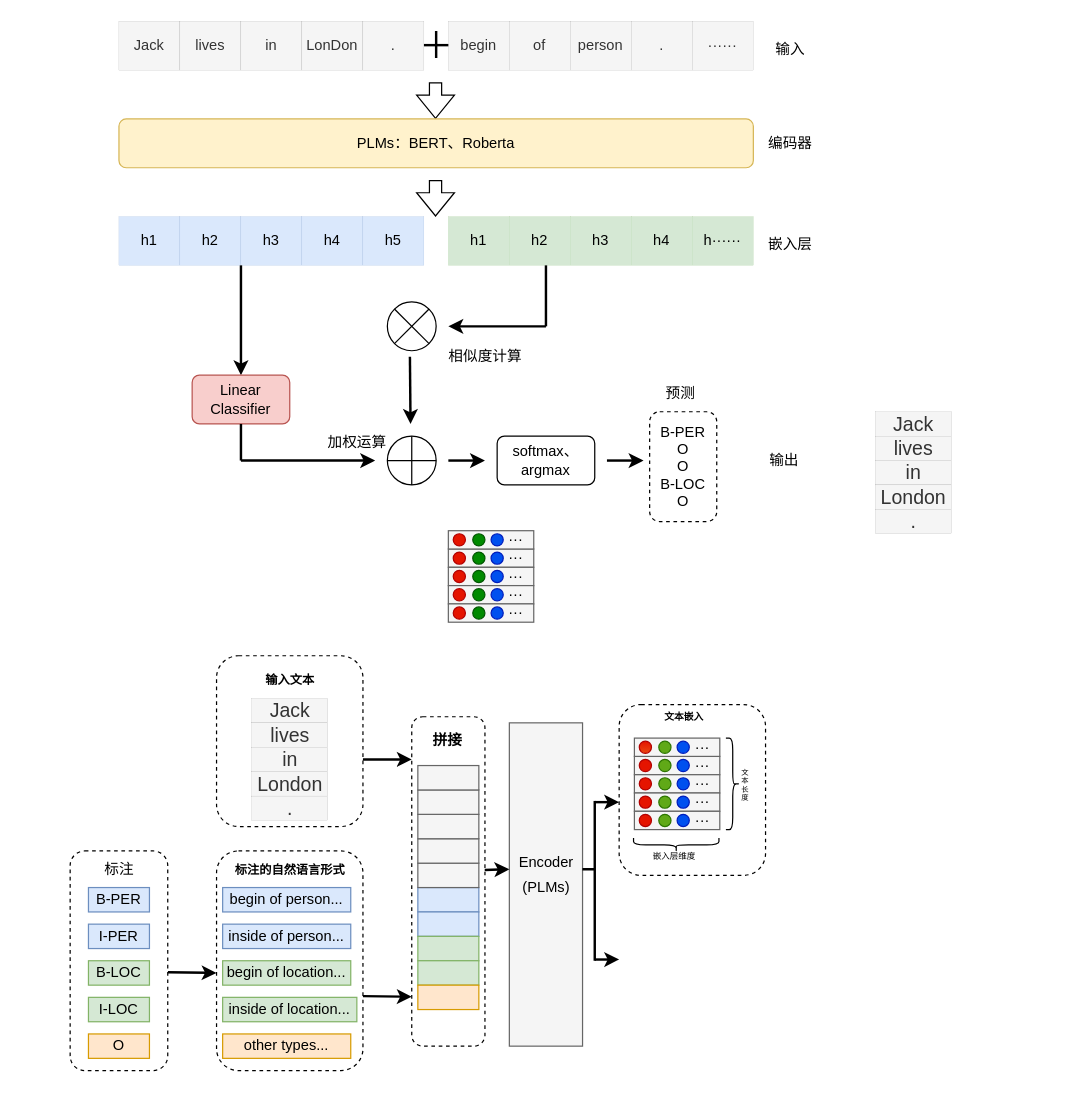
The draw.io diagram drawio/基于提示和自训练.drawio in Ryan-xsh/first, before the edit. Source tidied: cells renumbered, new cells numbered last; positions are measured from the earlier drawing's top-left corner, leaving out a move shared by most shapes. Both pictures are drawn from the tidied source at 122%, with x=0, y=0 at pixel (70, 21).
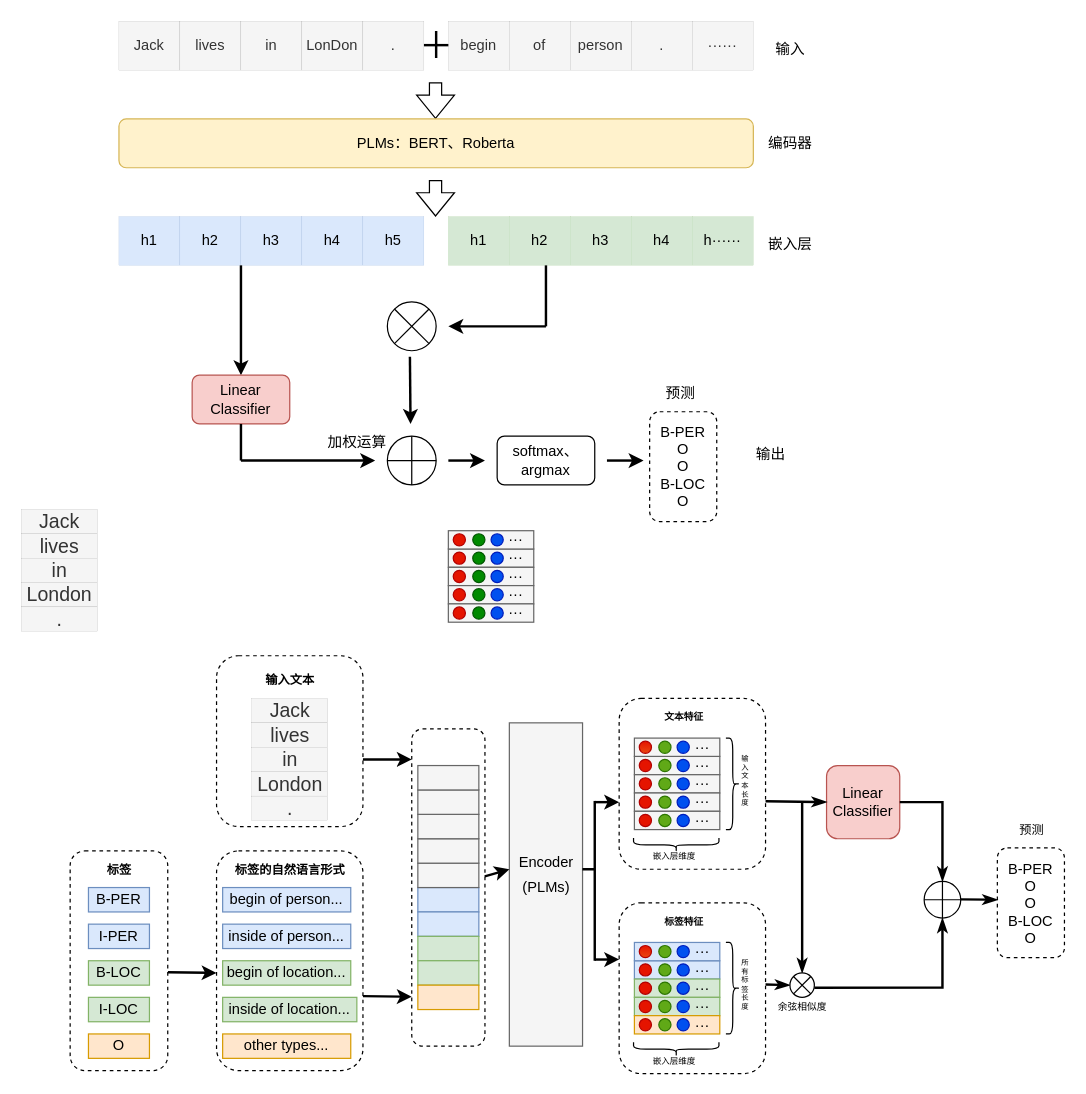
The same diagram, later.

Commit message (it also covers changes not shown here):
更新基于提示和自训练.drawio

Diff of the diagram source:
```diff
@@
     <mxCell id="2" style="rounded=1;whiteSpace=wrap;html=1;dashed=1;" parent="1" vertex="1">
-      <mxGeometry x="450" y="560" width="120" height="140" as="geometry" />
+      <mxGeometry x="450" y="555" width="120" height="140" as="geometry" />
     </mxCell>
@@
-    <mxCell id="32" value="相似度计算" style="text;html=1;align=center;verticalAlign=middle;strokeColor=none;fillColor=none;" parent="1" vertex="1">
-      <mxGeometry x="300" y="260" width="80" height="30" as="geometry" />
+    <mxCell id="32" value="余弦相似度" style="text;html=1;align=center;verticalAlign=middle;strokeColor=none;fillColor=none;fontSize=8;" parent="1" vertex="1">
+      <mxGeometry x="570" y="797.5" width="60" height="20" as="geometry" />
     </mxCell>
@@
     <mxCell id="45" value="输出" style="text;html=1;align=center;verticalAlign=middle;strokeColor=none;fillColor=none;" parent="1" vertex="1">
-      <mxGeometry x="560" y="345" width="50" height="30" as="geometry" />
+      <mxGeometry x="548.8" y="340" width="50" height="30" as="geometry" />
     </mxCell>
@@
-    <mxCell id="61" value="标注的自然语言形式" style="text;html=1;align=center;verticalAlign=middle;strokeColor=none;fillColor=none;fontStyle=1;fontSize=10;" parent="1" vertex="1">
+    <mxCell id="61" value="标签的自然语言形式" style="text;html=1;align=center;verticalAlign=middle;strokeColor=none;fillColor=none;fontStyle=1;fontSize=10;" parent="1" vertex="1">
       <mxGeometry x="125" y="680" width="110" height="30" as="geometry" />
     </mxCell>
@@
     <mxCell id="73" style="rounded=1;whiteSpace=wrap;html=1;dashed=1;" parent="1" vertex="1">
-      <mxGeometry x="280" y="570" width="60" height="270" as="geometry" />
+      <mxGeometry x="280" y="580" width="60" height="260" as="geometry" />
     </mxCell>
@@
-    <mxCell id="75" value="标注" style="text;html=1;align=center;verticalAlign=middle;strokeColor=none;fillColor=none;" parent="1" vertex="1">
-      <mxGeometry x="15" y="680" width="50" height="30" as="geometry" />
+    <mxCell id="75" value="标签" style="text;html=1;align=center;verticalAlign=middle;strokeColor=none;fillColor=none;fontStyle=1;fontSize=10;" parent="1" vertex="1">
+      <mxGeometry x="20" y="680" width="40" height="30" as="geometry" />
     </mxCell>
@@
     <mxCell id="80" value="Jack" style="rounded=0;whiteSpace=wrap;html=1;fontSize=16;strokeWidth=0;dashed=1;fillColor=#f5f5f5;fontColor=#333333;strokeColor=#666666;" parent="1" vertex="1">
-      <mxGeometry x="660" y="320" width="62.5" height="20" as="geometry" />
+      <mxGeometry x="-40" y="400" width="62.5" height="20" as="geometry" />
     </mxCell>
     <mxCell id="81" value="lives" style="rounded=0;whiteSpace=wrap;html=1;fontSize=16;strokeWidth=0;fillColor=#f5f5f5;fontColor=#333333;strokeColor=#666666;" parent="1" vertex="1">
-      <mxGeometry x="660" y="340" width="62.5" height="20" as="geometry" />
+      <mxGeometry x="-40" y="420" width="62.5" height="20" as="geometry" />
     </mxCell>
     <mxCell id="82" value="in" style="rounded=0;whiteSpace=wrap;html=1;fontSize=16;strokeWidth=0;fillColor=#f5f5f5;fontColor=#333333;strokeColor=#666666;" parent="1" vertex="1">
-      <mxGeometry x="660" y="360" width="62.5" height="20" as="geometry" />
+      <mxGeometry x="-40" y="440" width="62.5" height="20" as="geometry" />
     </mxCell>
     <mxCell id="83" value="London" style="rounded=0;whiteSpace=wrap;html=1;fontSize=16;strokeWidth=0;fillColor=#f5f5f5;strokeColor=#666666;fontColor=#333333;" parent="1" vertex="1">
-      <mxGeometry x="660" y="380" width="62.5" height="20" as="geometry" />
+      <mxGeometry x="-40" y="460" width="62.5" height="20" as="geometry" />
     </mxCell>
     <mxCell id="84" value="." style="rounded=0;whiteSpace=wrap;html=1;fontSize=16;strokeWidth=0;fillColor=#f5f5f5;fontColor=#333333;strokeColor=#666666;" parent="1" vertex="1">
-      <mxGeometry x="660" y="400" width="62.5" height="20" as="geometry" />
+      <mxGeometry x="-40" y="480" width="62.5" height="20" as="geometry" />
     </mxCell>
@@
-    <mxCell id="91" value="拼接" style="text;html=1;align=center;verticalAlign=middle;strokeColor=none;fillColor=none;fontStyle=1;" parent="1" vertex="1">
-      <mxGeometry x="284" y="575" width="50" height="30" as="geometry" />
-    </mxCell>
@@
-    <mxCell id="148" value="&lt;br style=&quot;font-size: 6px;&quot;&gt;文&lt;br style=&quot;font-size: 6px;&quot;&gt;本&lt;br style=&quot;font-size: 6px;&quot;&gt;长&lt;br style=&quot;font-size: 6px;&quot;&gt;度" style="text;html=1;align=center;verticalAlign=middle;strokeColor=none;fillColor=none;flipV=0;flipH=0;horizontal=1;fontSize=6;" parent="1" vertex="1">
-      <mxGeometry x="537.5" y="597.5" width="30" height="50" as="geometry" />
+    <mxCell id="148" value="输&lt;br&gt;入&lt;br&gt;文&lt;br style=&quot;font-size: 6px;&quot;&gt;本&lt;br style=&quot;font-size: 6px;&quot;&gt;长&lt;br style=&quot;font-size: 6px;&quot;&gt;度" style="text;html=1;align=center;verticalAlign=middle;strokeColor=none;fillColor=none;flipV=0;flipH=0;horizontal=1;fontSize=6;" parent="1" vertex="1">
+      <mxGeometry x="537.5" y="592.5" width="30" height="60" as="geometry" />
     </mxCell>
-    <mxCell id="149" value="文本嵌入" style="text;html=1;align=center;verticalAlign=middle;strokeColor=none;fillColor=none;fontSize=8;fontStyle=1;" parent="1" vertex="1">
+    <mxCell id="149" value="文本特征" style="text;html=1;align=center;verticalAlign=middle;strokeColor=none;fillColor=none;fontSize=8;fontStyle=1;" parent="1" vertex="1">
       <mxGeometry x="472.5" y="560" width="60" height="20" as="geometry" />
     </mxCell>
@@
+    <mxCell id="152" style="rounded=1;whiteSpace=wrap;html=1;dashed=1;" parent="1" vertex="1">
+      <mxGeometry x="450" y="722.5" width="120" height="140" as="geometry" />
+    </mxCell>
+    <mxCell id="153" style="rounded=0;whiteSpace=wrap;html=1;fillColor=#dae8fc;strokeColor=#6c8ebf;" parent="1" vertex="1">
+      <mxGeometry x="462.5" y="770" width="70" height="15" as="geometry" />
+    </mxCell>
+    <mxCell id="154" style="ellipse;whiteSpace=wrap;html=1;fillColor=#60a917;fontColor=#ffffff;strokeColor=#2D7600;" parent="1" vertex="1">
+      <mxGeometry x="482.5" y="772.5" width="10" height="10" as="geometry" />
+    </mxCell>
+    <mxCell id="155" style="ellipse;whiteSpace=wrap;html=1;fillColor=#e51400;fontColor=#ffffff;strokeColor=#B20000;" parent="1" vertex="1">
+      <mxGeometry x="466.5" y="772.5" width="10" height="10" as="geometry" />
+    </mxCell>
+    <mxCell id="156" value="···" style="text;html=1;align=center;verticalAlign=middle;strokeColor=none;fillColor=none;" parent="1" vertex="1">
+      <mxGeometry x="497.5" y="762.5" width="40" height="30" as="geometry" />
+    </mxCell>
+    <mxCell id="157" style="ellipse;whiteSpace=wrap;html=1;fillColor=#0050ef;fontColor=#ffffff;strokeColor=#001DBC;" parent="1" vertex="1">
+      <mxGeometry x="497.5" y="772.5" width="10" height="10" as="geometry" />
+    </mxCell>
+    <mxCell id="158" style="rounded=0;whiteSpace=wrap;html=1;fillColor=#d5e8d4;strokeColor=#82b366;" parent="1" vertex="1">
+      <mxGeometry x="462.5" y="785" width="70" height="15" as="geometry" />
+    </mxCell>
+    <mxCell id="159" style="ellipse;whiteSpace=wrap;html=1;fillColor=#60a917;fontColor=#ffffff;strokeColor=#2D7600;" parent="1" vertex="1">
+      <mxGeometry x="482.5" y="787.5" width="10" height="10" as="geometry" />
+    </mxCell>
+    <mxCell id="160" style="ellipse;whiteSpace=wrap;html=1;fillColor=#e51400;fontColor=#ffffff;strokeColor=#B20000;" parent="1" vertex="1">
+      <mxGeometry x="466.5" y="787.5" width="10" height="10" as="geometry" />
+    </mxCell>
+    <mxCell id="161" style="ellipse;whiteSpace=wrap;html=1;fillColor=#0050ef;fontColor=#ffffff;strokeColor=#001DBC;" parent="1" vertex="1">
+      <mxGeometry x="497.5" y="787.5" width="10" height="10" as="geometry" />
+    </mxCell>
+    <mxCell id="162" style="rounded=0;whiteSpace=wrap;html=1;fillColor=#d5e8d4;strokeColor=#82b366;" parent="1" vertex="1">
+      <mxGeometry x="462.5" y="800" width="70" height="15" as="geometry" />
+    </mxCell>
+    <mxCell id="163" style="ellipse;whiteSpace=wrap;html=1;fillColor=#60a917;fontColor=#ffffff;strokeColor=#2D7600;" parent="1" vertex="1">
+      <mxGeometry x="482.5" y="802.5" width="10" height="10" as="geometry" />
+    </mxCell>
+    <mxCell id="164" style="ellipse;whiteSpace=wrap;html=1;fillColor=#e51400;fontColor=#ffffff;strokeColor=#B20000;" parent="1" vertex="1">
+      <mxGeometry x="466.5" y="802.5" width="10" height="10" as="geometry" />
+    </mxCell>
+    <mxCell id="165" style="ellipse;whiteSpace=wrap;html=1;fillColor=#0050ef;fontColor=#ffffff;strokeColor=#001DBC;" parent="1" vertex="1">
+      <mxGeometry x="497.5" y="802.5" width="10" height="10" as="geometry" />
+    </mxCell>
+    <mxCell id="166" style="rounded=0;whiteSpace=wrap;html=1;fillColor=#ffe6cc;strokeColor=#d79b00;" parent="1" vertex="1">
+      <mxGeometry x="462.5" y="815" width="70" height="15" as="geometry" />
+    </mxCell>
+    <mxCell id="167" style="ellipse;whiteSpace=wrap;html=1;fillColor=#60a917;fontColor=#ffffff;strokeColor=#2D7600;" parent="1" vertex="1">
+      <mxGeometry x="482.5" y="817.5" width="10" height="10" as="geometry" />
+    </mxCell>
+    <mxCell id="168" style="ellipse;whiteSpace=wrap;html=1;fillColor=#e51400;fontColor=#ffffff;strokeColor=#B20000;" parent="1" vertex="1">
+      <mxGeometry x="466.5" y="817.5" width="10" height="10" as="geometry" />
+    </mxCell>
+    <mxCell id="169" style="ellipse;whiteSpace=wrap;html=1;fillColor=#0050ef;fontColor=#ffffff;strokeColor=#001DBC;" parent="1" vertex="1">
+      <mxGeometry x="497.5" y="817.5" width="10" height="10" as="geometry" />
+    </mxCell>
+    <mxCell id="170" style="rounded=0;whiteSpace=wrap;html=1;fillColor=#dae8fc;strokeColor=#6c8ebf;" parent="1" vertex="1">
+      <mxGeometry x="462.5" y="755" width="70" height="15" as="geometry" />
+    </mxCell>
+    <mxCell id="171" style="ellipse;whiteSpace=wrap;html=1;fillColor=#60a917;fontColor=#ffffff;strokeColor=#2D7600;" parent="1" vertex="1">
+      <mxGeometry x="482.5" y="757.5" width="10" height="10" as="geometry" />
+    </mxCell>
+    <mxCell id="172" style="ellipse;whiteSpace=wrap;html=1;fillColor=#e51400;fontColor=#ffffff;strokeColor=#B20000;shadow=0;labelBorderColor=none;labelBackgroundColor=none;gradientColor=#ea4710;" parent="1" vertex="1">
+      <mxGeometry x="466.5" y="757.5" width="10" height="10" as="geometry" />
+    </mxCell>
+    <mxCell id="173" value="···" style="text;html=1;align=center;verticalAlign=middle;strokeColor=none;fillColor=none;" parent="1" vertex="1">
+      <mxGeometry x="497.5" y="747.5" width="40" height="30" as="geometry" />
+    </mxCell>
+    <mxCell id="174" style="ellipse;whiteSpace=wrap;html=1;fillColor=#0050ef;fontColor=#ffffff;strokeColor=#001DBC;" parent="1" vertex="1">
+      <mxGeometry x="497.5" y="757.5" width="10" height="10" as="geometry" />
+    </mxCell>
+    <mxCell id="175" value="···" style="text;html=1;align=center;verticalAlign=middle;strokeColor=none;fillColor=none;" parent="1" vertex="1">
+      <mxGeometry x="497.5" y="777.5" width="40" height="30" as="geometry" />
+    </mxCell>
+    <mxCell id="176" value="···" style="text;html=1;align=center;verticalAlign=middle;strokeColor=none;fillColor=none;" parent="1" vertex="1">
+      <mxGeometry x="497.5" y="792.5" width="40" height="30" as="geometry" />
+    </mxCell>
+    <mxCell id="177" value="···" style="text;html=1;align=center;verticalAlign=middle;strokeColor=none;fillColor=none;" parent="1" vertex="1">
+      <mxGeometry x="497.5" y="807.5" width="40" height="30" as="geometry" />
+    </mxCell>
+    <mxCell id="178" value="嵌入层维度" style="text;html=1;align=center;verticalAlign=middle;strokeColor=none;fillColor=none;fontSize=7;" parent="1" vertex="1">
+      <mxGeometry x="465" y="842.5" width="60" height="20" as="geometry" />
+    </mxCell>
+    <mxCell id="179" style="shape=curlyBracket;whiteSpace=wrap;html=1;rounded=1;labelPosition=left;verticalLabelPosition=middle;align=right;verticalAlign=middle;size=0.5;rotation=-90;" parent="1" vertex="1">
+      <mxGeometry x="491.2" y="807.5" width="11.2" height="70" as="geometry" />
+    </mxCell>
+    <mxCell id="180" style="shape=curlyBracket;whiteSpace=wrap;html=1;rounded=1;labelPosition=left;verticalLabelPosition=middle;align=right;verticalAlign=middle;size=0.5;rotation=-180;" parent="1" vertex="1">
+      <mxGeometry x="537.5" y="755" width="11.2" height="75" as="geometry" />
+    </mxCell>
+    <mxCell id="181" value="所&lt;br&gt;有&lt;br style=&quot;font-size: 6px;&quot;&gt;标&lt;br&gt;签&lt;br style=&quot;font-size: 6px;&quot;&gt;长&lt;br style=&quot;font-size: 6px;&quot;&gt;度" style="text;html=1;align=center;verticalAlign=middle;strokeColor=none;fillColor=none;flipV=0;flipH=0;horizontal=1;fontSize=6;" parent="1" vertex="1">
+      <mxGeometry x="537.5" y="760" width="30" height="60" as="geometry" />
+    </mxCell>
+    <mxCell id="182" value="标签特征" style="text;html=1;align=center;verticalAlign=middle;strokeColor=none;fillColor=none;fontSize=8;fontStyle=1;" parent="1" vertex="1">
+      <mxGeometry x="472.5" y="727.5" width="60" height="20" as="geometry" />
+    </mxCell>
+    <mxCell id="183" value="Linear Classifier" style="rounded=1;whiteSpace=wrap;html=1;fillColor=#f8cecc;strokeColor=#b85450;" parent="1" vertex="1">
+      <mxGeometry x="620" y="610" width="60" height="60" as="geometry" />
+    </mxCell>
+    <mxCell id="184" style="endArrow=classicThin;html=1;rounded=0;strokeWidth=2;entryX=0;entryY=0.5;entryDx=0;entryDy=0;endFill=1;" parent="1" edge="1">
+      <mxGeometry relative="1" as="geometry">
+        <mxPoint x="570" y="639.3" as="sourcePoint" />
+        <mxPoint x="620" y="639.9" as="targetPoint" />
+      </mxGeometry>
+    </mxCell>
+    <mxCell id="185" style="endArrow=classicThin;html=1;rounded=0;strokeWidth=2;targetPerimeterSpacing=0;endFill=1;entryX=0.5;entryY=0;entryDx=0;entryDy=0;" parent="1" edge="1" target="187">
+      <mxGeometry relative="1" as="geometry">
+        <mxPoint x="600" y="640" as="sourcePoint" />
+      </mxGeometry>
+    </mxCell>
+    <mxCell id="186" style="endArrow=classicThin;html=1;rounded=0;strokeWidth=2;endFill=1;" parent="1" edge="1">
+      <mxGeometry relative="1" as="geometry">
+        <mxPoint x="570" y="789.4" as="sourcePoint" />
+        <mxPoint x="590" y="790" as="targetPoint" />
+      </mxGeometry>
+    </mxCell>
+    <mxCell id="187" style="shape=sumEllipse;perimeter=ellipsePerimeter;whiteSpace=wrap;html=1;backgroundOutline=1;" parent="1" vertex="1">
+      <mxGeometry x="590" y="780" width="20" height="20" as="geometry" />
+    </mxCell>
+    <mxCell id="188" style="endArrow=classicThin;html=1;rounded=0;strokeWidth=2;endFill=1;entryX=0.5;entryY=1;entryDx=0;entryDy=0;" parent="1" edge="1" target="189">
+      <mxGeometry relative="1" as="geometry">
+        <mxPoint x="610" y="792.2" as="sourcePoint" />
+        <Array as="points">
+          <mxPoint x="715" y="792" />
+        </Array>
+      </mxGeometry>
+    </mxCell>
+    <mxCell id="189" style="shape=orEllipse;perimeter=ellipsePerimeter;whiteSpace=wrap;html=1;backgroundOutline=1;" parent="1" vertex="1">
+      <mxGeometry x="700" y="705" width="30" height="30" as="geometry" />
+    </mxCell>
+    <mxCell id="190" style="endArrow=classicThin;html=1;rounded=0;strokeWidth=2;endFill=1;entryX=0.5;entryY=0;entryDx=0;entryDy=0;" parent="1" edge="1" target="189">
+      <mxGeometry relative="1" as="geometry">
+        <mxPoint x="680" y="640" as="sourcePoint" />
+        <Array as="points">
+          <mxPoint x="715" y="640" />
+        </Array>
+      </mxGeometry>
+    </mxCell>
+    <mxCell id="191" value="B-PER&lt;br&gt;O&lt;br&gt;O&lt;br&gt;B-LOC&lt;br&gt;O" style="rounded=1;whiteSpace=wrap;html=1;dashed=1;" parent="1" vertex="1">
+      <mxGeometry x="760" y="677.5" width="55" height="90" as="geometry" />
+    </mxCell>
+    <mxCell id="192" style="endArrow=classicThin;html=1;rounded=0;strokeWidth=2;endFill=1;" parent="1" edge="1">
+      <mxGeometry relative="1" as="geometry">
+        <mxPoint x="730" y="719.7" as="sourcePoint" />
+        <mxPoint x="760" y="720" as="targetPoint" />
+      </mxGeometry>
+    </mxCell>
+    <mxCell id="193" value="预测" style="text;html=1;align=center;verticalAlign=middle;strokeColor=none;fillColor=none;fontSize=10;" parent="1" vertex="1">
+      <mxGeometry x="767.5" y="647.5" width="40" height="30" as="geometry" />
+    </mxCell>
```
